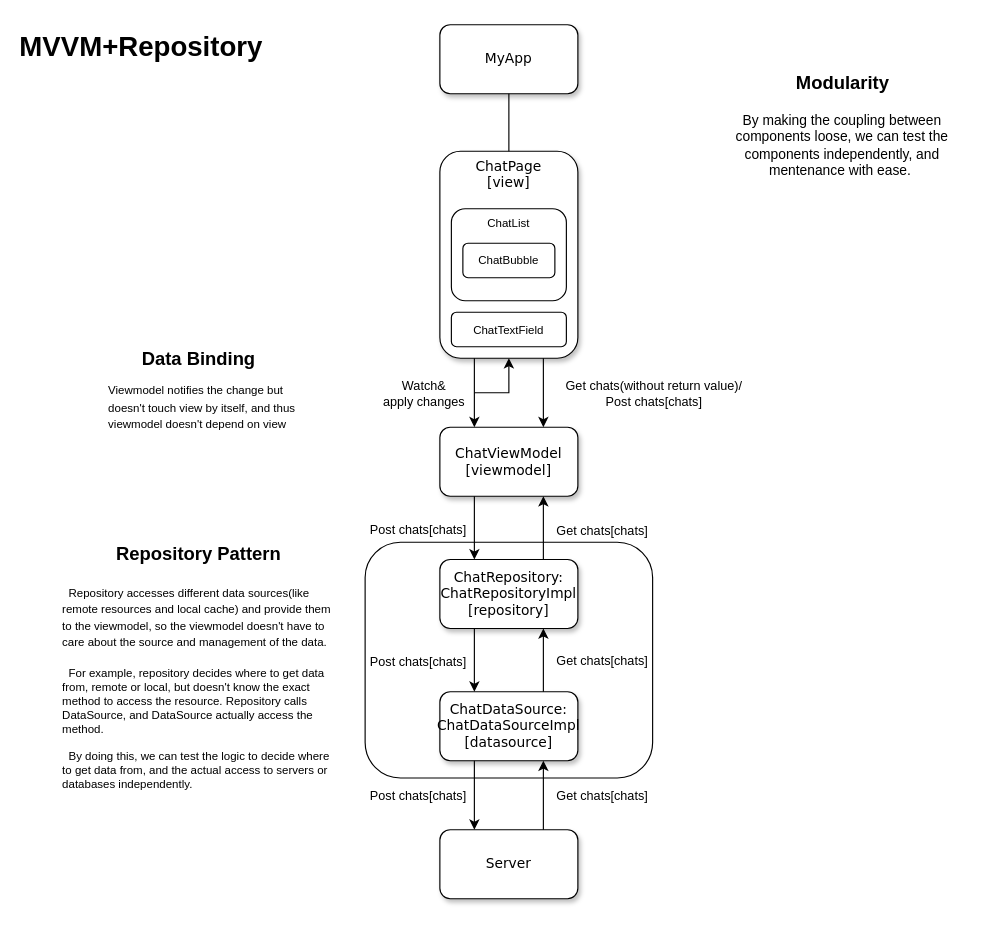
Above: lib/chatapp.drawio in TakabayaP/chatapp (draw.io), before the change. Source tidied: cells renumbered, new cells numbered last; positions are measured from the earlier drawing's top-left corner, leaving out a move shared by most shapes. Both pictures are drawn from the tidied source at 115%, with x=0, y=0 at pixel (60, 24).
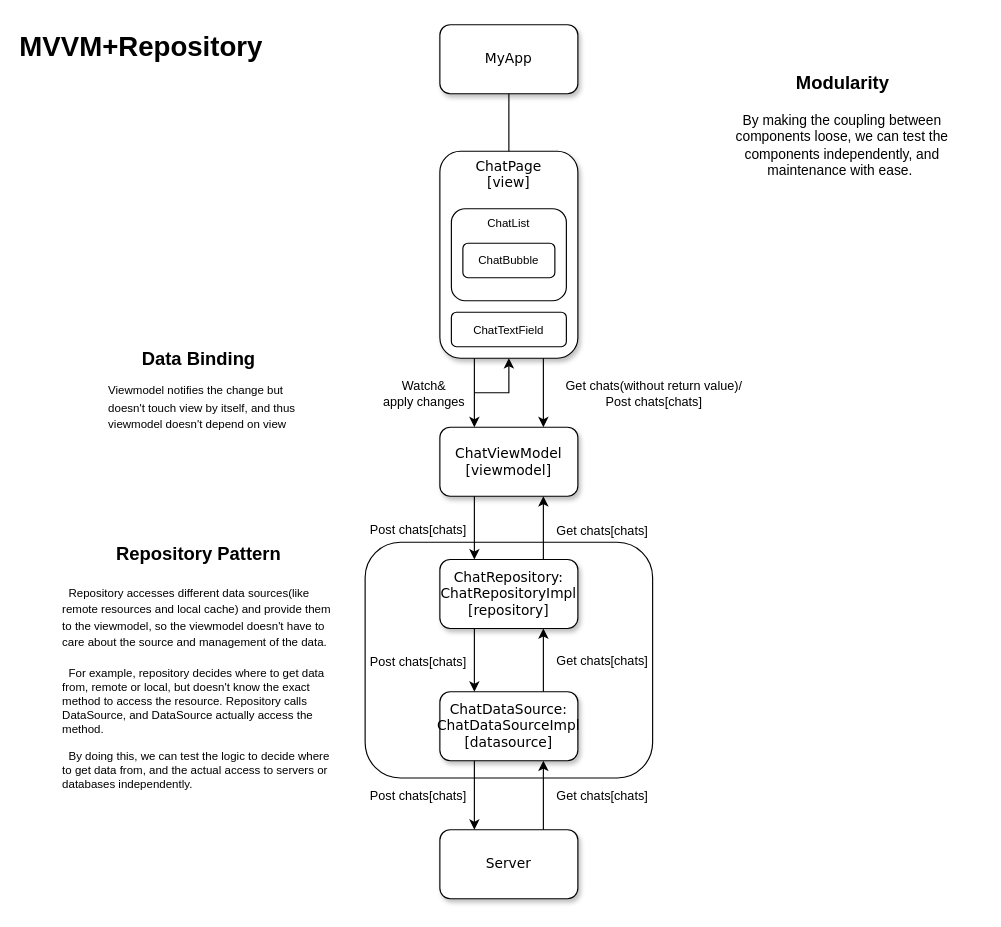
The same diagram, later.

What changed in the source:
```diff
@@
-    <mxCell id="35" value="By making the coupling between components loose, we can test the components independently, and mentenance with ease.&amp;nbsp;" style="text;html=1;strokeColor=none;fillColor=none;align=center;verticalAlign=top;whiteSpace=wrap;rounded=0;" parent="1" vertex="1">
+    <mxCell id="35" value="By making the coupling between components loose, we can test the components independently, and maintenance with ease.&amp;nbsp;" style="text;html=1;strokeColor=none;fillColor=none;align=center;verticalAlign=top;whiteSpace=wrap;rounded=0;" parent="1" vertex="1">
       <mxGeometry x="560" y="70" width="240" height="140" as="geometry" />
     </mxCell>
```
